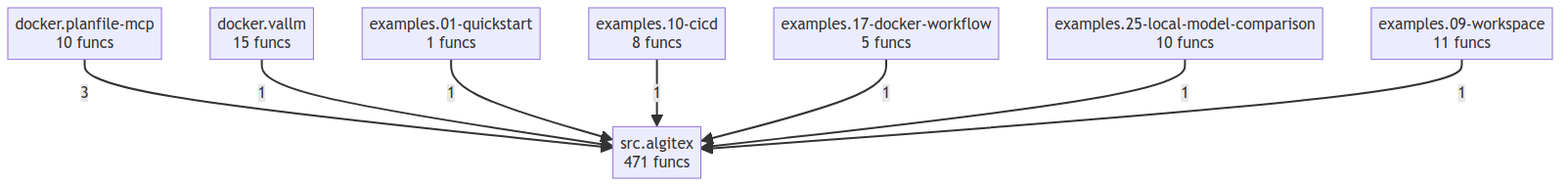
semcod/algitex keeps this Mermaid diagram as project/compact_flow.png. Above is the earlier version. Its source is kept beside it as project/compact_flow.mmd.
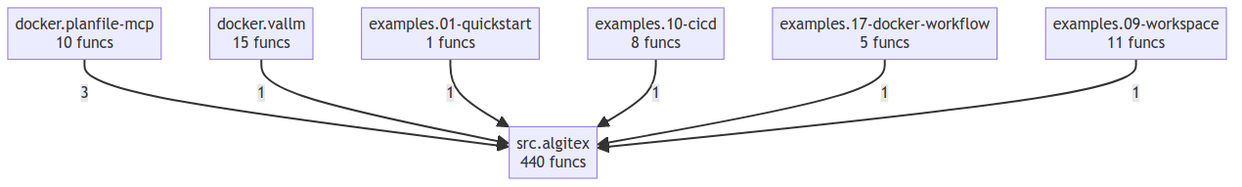
Later version of the same file.

Change to the diagram source:
```diff
@@ -5,12 +5,10 @@
     examples__09_workspace["examples.09-workspace<br/>11 funcs"]
     examples__10_cicd["examples.10-cicd<br/>8 funcs"]
     examples__17_docker_workflow["examples.17-docker-workflow<br/>5 funcs"]
-    examples__25_local_model_comparison["examples.25-local-model-comparison<br/>10 funcs"]
-    src__algitex["src.algitex<br/>471 funcs"]
+    src__algitex["src.algitex<br/>440 funcs"]
     docker__planfile_mcp -->|3| src__algitex
     docker__vallm -->|1| src__algitex
     examples__01_quickstart -->|1| src__algitex
     examples__10_cicd -->|1| src__algitex
     examples__17_docker_workflow -->|1| src__algitex
-    examples__25_local_model_comparison -->|1| src__algitex
     examples__09_workspace -->|1| src__algitex
```
